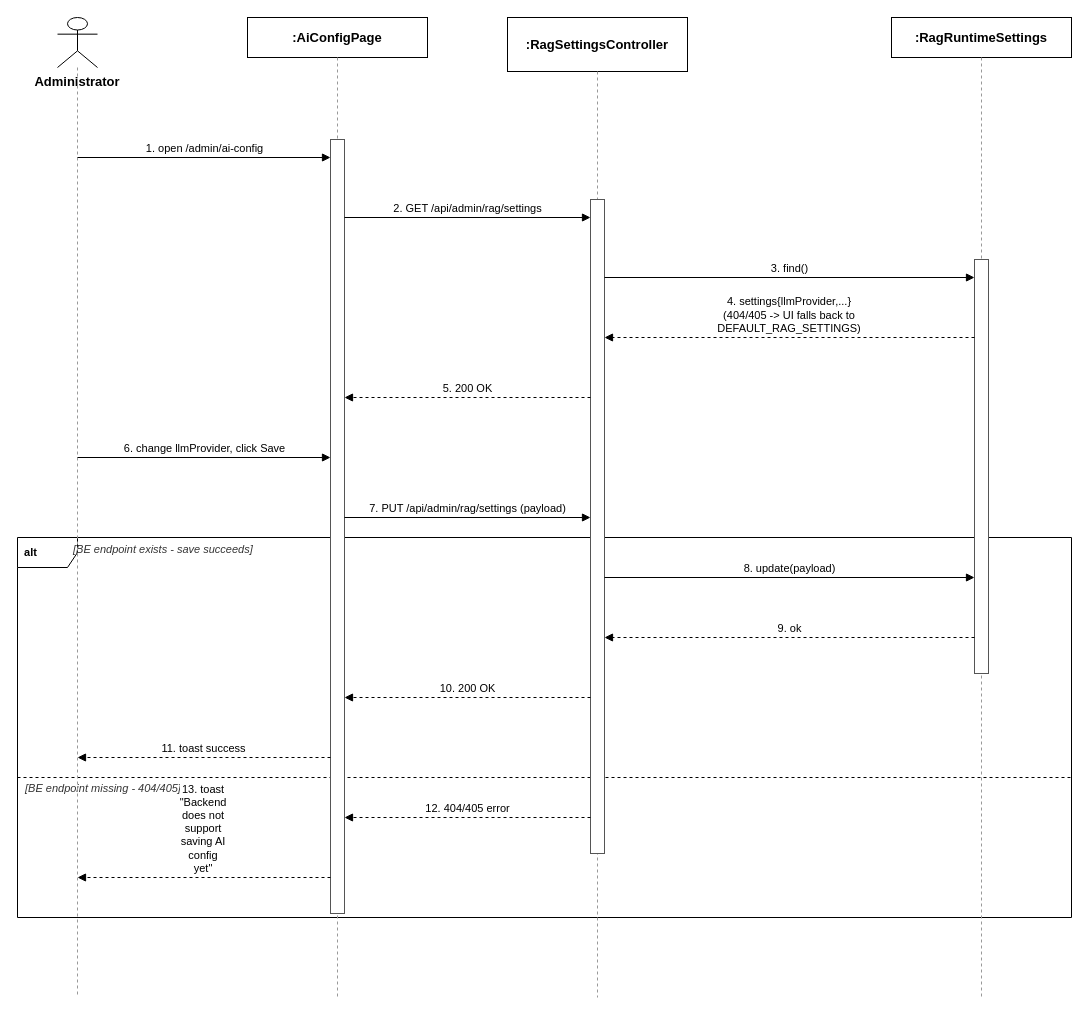
Before: docs/qa/sequence-diagrams/Report4_SequenceDiagram_SystemConfigurationManagement.drawio in tulklk/AI_Interview_Question_Generation_RAG_LLM_FE, a draw.io diagram. Source tidied: cells renumbered, new cells numbered last; positions are measured from the earlier drawing's top-left corner, leaving out a move shared by most shapes. Both pictures are drawn from the tidied source at 100%, with x=0, y=0 at pixel (17, 17).
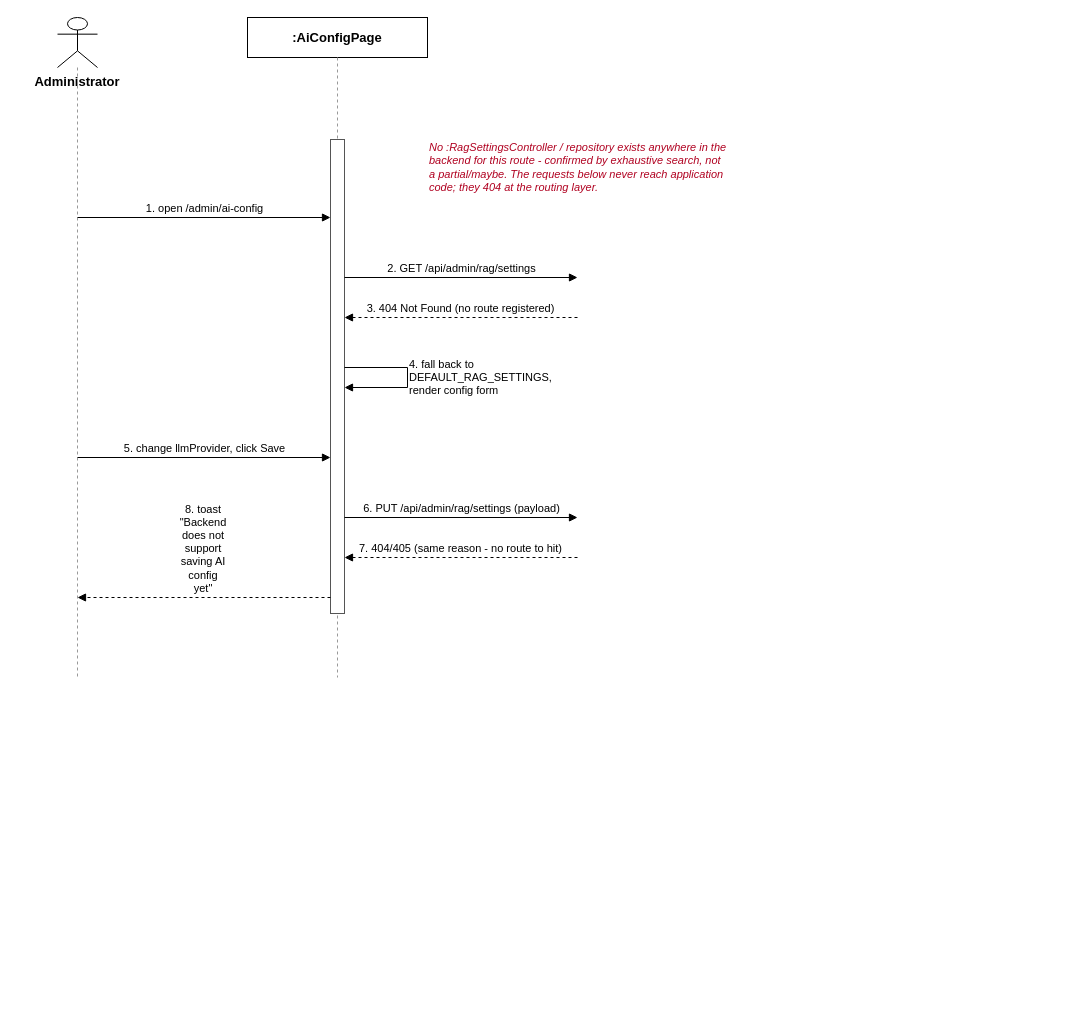
The same diagram, later.

Commit message (it also covers changes not shown here):
docs(qa): fix sequence diagrams missing or misattributed repo/service calls

Diff of the diagram source:
```diff
@@
-    <mxCell id="2" value="&lt;b&gt;&amp;nbsp;alt&amp;nbsp;&lt;/b&gt;" style="shape=umlFrame;whiteSpace=wrap;html=1;align=left;verticalAlign=top;fontSize=11;spacingLeft=2;spacingTop=2;strokeColor=#000000;fillColor=none;" parent="1" vertex="1">
-      <mxGeometry y="520" width="1054" height="380" as="geometry" />
-    </mxCell>
-    <mxCell id="3" value="[BE endpoint exists - save succeeds]" style="text;html=1;align=left;verticalAlign=middle;fontSize=11;fontColor=#333333;fontStyle=2;" parent="1" vertex="1">
-      <mxGeometry x="54" y="522" width="994" height="20" as="geometry" />
-    </mxCell>
-    <mxCell id="4" style="endArrow=none;dashed=1;html=1;strokeColor=#000000;" parent="1" edge="1">
-      <mxGeometry relative="1" as="geometry">
-        <mxPoint y="760" as="sourcePoint" />
-        <mxPoint x="1054" y="760" as="targetPoint" />
-      </mxGeometry>
-    </mxCell>
-    <mxCell id="5" value="[BE endpoint missing - 404/405]" style="text;html=1;align=left;verticalAlign=middle;fontSize=11;fontColor=#333333;fontStyle=2;" parent="1" vertex="1">
-      <mxGeometry x="6" y="762" width="1042" height="18" as="geometry" />
-    </mxCell>
@@
     <mxCell id="7" style="endArrow=none;dashed=1;html=1;strokeColor=#999999;" parent="1" edge="1">
       <mxGeometry relative="1" as="geometry">
         <mxPoint x="60" y="50" as="sourcePoint" />
-        <mxPoint x="60" y="980" as="targetPoint" />
+        <mxPoint x="60" y="660" as="targetPoint" />
       </mxGeometry>
     </mxCell>
@@
     <mxCell id="9" style="endArrow=none;dashed=1;html=1;strokeColor=#999999;" parent="1" edge="1">
       <mxGeometry relative="1" as="geometry">
         <mxPoint x="320" y="40" as="sourcePoint" />
-        <mxPoint x="320" y="980" as="targetPoint" />
+        <mxPoint x="320" y="660" as="targetPoint" />
       </mxGeometry>
     </mxCell>
-    <mxCell id="10" value=":RagSettingsController" style="rounded=0;whiteSpace=wrap;html=1;fontSize=13;fillColor=#ffffff;strokeColor=#000000;fontStyle=1;" parent="1" vertex="1">
-      <mxGeometry x="490" width="180" height="54" as="geometry" />
-    </mxCell>
-    <mxCell id="11" style="endArrow=none;dashed=1;html=1;strokeColor=#999999;" parent="1" edge="1">
-      <mxGeometry relative="1" as="geometry">
-        <mxPoint x="580" y="54" as="sourcePoint" />
-        <mxPoint x="580" y="980" as="targetPoint" />
-      </mxGeometry>
-    </mxCell>
-    <mxCell id="12" value=":RagRuntimeSettings" style="rounded=0;whiteSpace=wrap;html=1;fontSize=13;fillColor=#ffffff;strokeColor=#000000;fontStyle=1;" parent="1" vertex="1">
-      <mxGeometry x="874" width="180" height="40" as="geometry" />
-    </mxCell>
-    <mxCell id="13" style="endArrow=none;dashed=1;html=1;strokeColor=#999999;" parent="1" edge="1">
-      <mxGeometry relative="1" as="geometry">
-        <mxPoint x="964" y="40" as="sourcePoint" />
-        <mxPoint x="964" y="980" as="targetPoint" />
-      </mxGeometry>
-    </mxCell>
     <mxCell id="14" style="rounded=0;whiteSpace=wrap;html=1;fillColor=#ffffff;strokeColor=#555555;" parent="1" vertex="1">
-      <mxGeometry x="313" y="122" width="14" height="774" as="geometry" />
+      <mxGeometry x="313" y="122" width="14" height="474" as="geometry" />
     </mxCell>
-    <mxCell id="15" style="rounded=0;whiteSpace=wrap;html=1;fillColor=#ffffff;strokeColor=#555555;" parent="1" vertex="1">
-      <mxGeometry x="573" y="182" width="14" height="654" as="geometry" />
-    </mxCell>
-    <mxCell id="16" style="rounded=0;whiteSpace=wrap;html=1;fillColor=#ffffff;strokeColor=#555555;" parent="1" vertex="1">
-      <mxGeometry x="957" y="242" width="14" height="414" as="geometry" />
-    </mxCell>
+    <mxCell id="30" value="No :RagSettingsController / repository exists anywhere in the backend for this route - confirmed by exhaustive search, not a partial/maybe. The requests below never reach application code; they 404 at the routing layer." style="text;html=1;align=left;verticalAlign=middle;fontSize=11;fontColor=#B00020;fontStyle=2;whiteSpace=wrap;" parent="1" vertex="1">
+      <mxGeometry x="410" y="120" width="300" height="60" as="geometry" />
+    </mxCell>
     <mxCell id="17" value="1. open /admin/ai-config" style="endArrow=block;endFill=1;html=1;fontSize=11;align=center;verticalAlign=bottom;labelBackgroundColor=#ffffff;strokeColor=#000000;" parent="1" edge="1">
       <mxGeometry relative="1" as="geometry">
-        <mxPoint x="60" y="140" as="sourcePoint" />
-        <mxPoint x="313" y="140" as="targetPoint" />
+        <mxPoint x="60" y="200" as="sourcePoint" />
+        <mxPoint x="313" y="200" as="targetPoint" />
       </mxGeometry>
     </mxCell>
     <mxCell id="18" value="2. GET /api/admin/rag/settings" style="endArrow=block;endFill=1;html=1;fontSize=11;align=center;verticalAlign=bottom;labelBackgroundColor=#ffffff;strokeColor=#000000;" parent="1" edge="1">
       <mxGeometry relative="1" as="geometry">
-        <mxPoint x="327" y="200" as="sourcePoint" />
-        <mxPoint x="573" y="200" as="targetPoint" />
+        <mxPoint x="327" y="260" as="sourcePoint" />
+        <mxPoint x="560" y="260" as="targetPoint" />
       </mxGeometry>
     </mxCell>
-    <mxCell id="19" value="3. find()" style="endArrow=block;endFill=1;html=1;fontSize=11;align=center;verticalAlign=bottom;labelBackgroundColor=#ffffff;strokeColor=#000000;" parent="1" edge="1">
-      <mxGeometry relative="1" as="geometry">
-        <mxPoint x="587" y="260" as="sourcePoint" />
-        <mxPoint x="957" y="260" as="targetPoint" />
-      </mxGeometry>
-    </mxCell>
-    <mxCell id="20" value="4. settings{llmProvider,...} (404/405 -&gt; UI falls back to DEFAULT_RAG_SETTINGS)" style="endArrow=block;endFill=1;html=1;whiteSpace=wrap;dashed=1;fontSize=11;align=center;verticalAlign=bottom;labelBackgroundColor=#ffffff;strokeColor=#000000;" parent="1" edge="1">
+    <mxCell id="20" value="3. 404 Not Found (no route registered)" style="endArrow=block;endFill=1;html=1;dashed=1;fontSize=11;align=center;verticalAlign=bottom;labelBackgroundColor=#ffffff;strokeColor=#000000;" parent="1" edge="1">
       <mxGeometry relative="1" as="geometry">
-        <mxPoint x="957" y="320" as="sourcePoint" />
-        <mxPoint x="587" y="320" as="targetPoint" />
+        <mxPoint x="560" y="300" as="sourcePoint" />
+        <mxPoint x="327" y="300" as="targetPoint" />
       </mxGeometry>
     </mxCell>
-    <mxCell id="21" value="5. 200 OK" style="endArrow=block;endFill=1;html=1;dashed=1;fontSize=11;align=center;verticalAlign=bottom;labelBackgroundColor=#ffffff;strokeColor=#000000;" parent="1" edge="1">
+    <mxCell id="21" value="4. fall back to DEFAULT_RAG_SETTINGS, render config form" style="endArrow=block;endFill=1;html=1;whiteSpace=wrap;fontSize=11;align=left;verticalAlign=middle;labelBackgroundColor=#ffffff;rounded=0;strokeColor=#000000;" parent="1" edge="1">
       <mxGeometry relative="1" as="geometry">
-        <mxPoint x="573" y="380" as="sourcePoint" />
-        <mxPoint x="327" y="380" as="targetPoint" />
+        <mxPoint x="327" y="350" as="sourcePoint" />
+        <mxPoint x="327" y="370" as="targetPoint" />
+        <Array as="points">
+          <mxPoint x="390" y="350" />
+          <mxPoint x="390" y="370" />
+        </Array>
       </mxGeometry>
     </mxCell>
-    <mxCell id="22" value="6. change llmProvider, click Save" style="endArrow=block;endFill=1;html=1;fontSize=11;align=center;verticalAlign=bottom;labelBackgroundColor=#ffffff;strokeColor=#000000;" parent="1" edge="1">
+    <mxCell id="22" value="5. change llmProvider, click Save" style="endArrow=block;endFill=1;html=1;fontSize=11;align=center;verticalAlign=bottom;labelBackgroundColor=#ffffff;strokeColor=#000000;" parent="1" edge="1">
       <mxGeometry relative="1" as="geometry">
         <mxPoint x="60" y="440" as="sourcePoint" />
         <mxPoint x="313" y="440" as="targetPoint" />
       </mxGeometry>
     </mxCell>
-    <mxCell id="23" value="7. PUT /api/admin/rag/settings (payload)" style="endArrow=block;endFill=1;html=1;fontSize=11;align=center;verticalAlign=bottom;labelBackgroundColor=#ffffff;strokeColor=#000000;" parent="1" edge="1">
+    <mxCell id="23" value="6. PUT /api/admin/rag/settings (payload)" style="endArrow=block;endFill=1;html=1;fontSize=11;align=center;verticalAlign=bottom;labelBackgroundColor=#ffffff;strokeColor=#000000;" parent="1" edge="1">
       <mxGeometry relative="1" as="geometry">
         <mxPoint x="327" y="500" as="sourcePoint" />
-        <mxPoint x="573" y="500" as="targetPoint" />
+        <mxPoint x="560" y="500" as="targetPoint" />
       </mxGeometry>
     </mxCell>
-    <mxCell id="24" value="8. update(payload)" style="endArrow=block;endFill=1;html=1;fontSize=11;align=center;verticalAlign=bottom;labelBackgroundColor=#ffffff;strokeColor=#000000;" parent="1" edge="1">
-      <mxGeometry relative="1" as="geometry">
-        <mxPoint x="587" y="560" as="sourcePoint" />
-        <mxPoint x="957" y="560" as="targetPoint" />
-      </mxGeometry>
-    </mxCell>
-    <mxCell id="25" value="9. ok" style="endArrow=block;endFill=1;html=1;dashed=1;fontSize=11;align=center;verticalAlign=bottom;labelBackgroundColor=#ffffff;strokeColor=#000000;" parent="1" edge="1">
+    <mxCell id="25" value="7. 404/405 (same reason - no route to hit)" style="endArrow=block;endFill=1;html=1;dashed=1;fontSize=11;align=center;verticalAlign=bottom;labelBackgroundColor=#ffffff;strokeColor=#000000;" parent="1" edge="1">
       <mxGeometry relative="1" as="geometry">
-        <mxPoint x="957" y="620" as="sourcePoint" />
-        <mxPoint x="587" y="620" as="targetPoint" />
+        <mxPoint x="560" y="540" as="sourcePoint" />
+        <mxPoint x="327" y="540" as="targetPoint" />
       </mxGeometry>
     </mxCell>
-    <mxCell id="26" value="10. 200 OK" style="endArrow=block;endFill=1;html=1;dashed=1;fontSize=11;align=center;verticalAlign=bottom;labelBackgroundColor=#ffffff;strokeColor=#000000;" parent="1" edge="1">
-      <mxGeometry relative="1" as="geometry">
-        <mxPoint x="573" y="680" as="sourcePoint" />
-        <mxPoint x="327" y="680" as="targetPoint" />
-      </mxGeometry>
-    </mxCell>
-    <mxCell id="27" value="11. toast success" style="endArrow=block;endFill=1;html=1;dashed=1;fontSize=11;align=center;verticalAlign=bottom;labelBackgroundColor=#ffffff;strokeColor=#000000;" parent="1" edge="1">
-      <mxGeometry relative="1" as="geometry">
-        <mxPoint x="313" y="740" as="sourcePoint" />
-        <mxPoint x="60" y="740" as="targetPoint" />
-      </mxGeometry>
-    </mxCell>
-    <mxCell id="28" value="12. 404/405 error" style="endArrow=block;endFill=1;html=1;dashed=1;fontSize=11;align=center;verticalAlign=bottom;labelBackgroundColor=#ffffff;strokeColor=#000000;" parent="1" edge="1">
-      <mxGeometry relative="1" as="geometry">
-        <mxPoint x="573" y="800" as="sourcePoint" />
-        <mxPoint x="327" y="800" as="targetPoint" />
-      </mxGeometry>
-    </mxCell>
-    <mxCell id="29" value="13. toast &quot;Backend does not support saving AI config yet&quot;" style="endArrow=block;endFill=1;html=1;whiteSpace=wrap;dashed=1;fontSize=11;align=center;verticalAlign=bottom;labelBackgroundColor=#ffffff;strokeColor=#000000;" parent="1" edge="1">
+    <mxCell id="29" value="8. toast &quot;Backend does not support saving AI config yet&quot;" style="endArrow=block;endFill=1;html=1;whiteSpace=wrap;dashed=1;fontSize=11;align=center;verticalAlign=bottom;labelBackgroundColor=#ffffff;strokeColor=#000000;" parent="1" edge="1">
       <mxGeometry relative="1" as="geometry">
-        <mxPoint x="313" y="860" as="sourcePoint" />
-        <mxPoint x="60" y="860" as="targetPoint" />
+        <mxPoint x="313" y="580" as="sourcePoint" />
+        <mxPoint x="60" y="580" as="targetPoint" />
       </mxGeometry>
     </mxCell>
```
